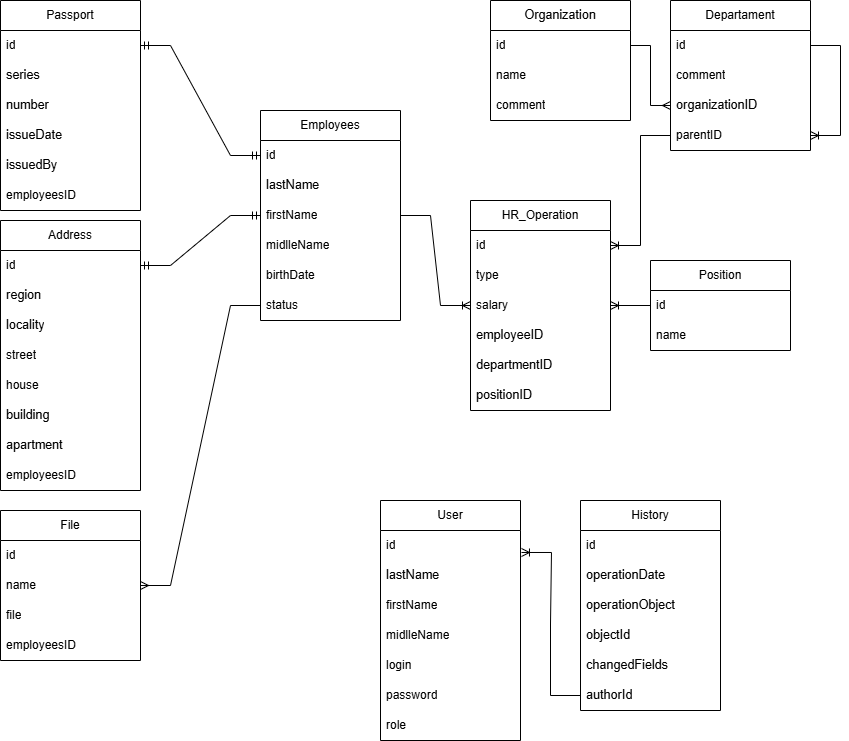
Above: docs/Ареал Проект.png in Sa1Ko-inv/areal-hr_ext-test (draw.io), before the change. Source tidied: cells renumbered, new cells last; positions are measured from the earlier drawing's top-left corner, leaving out a move shared by most shapes.
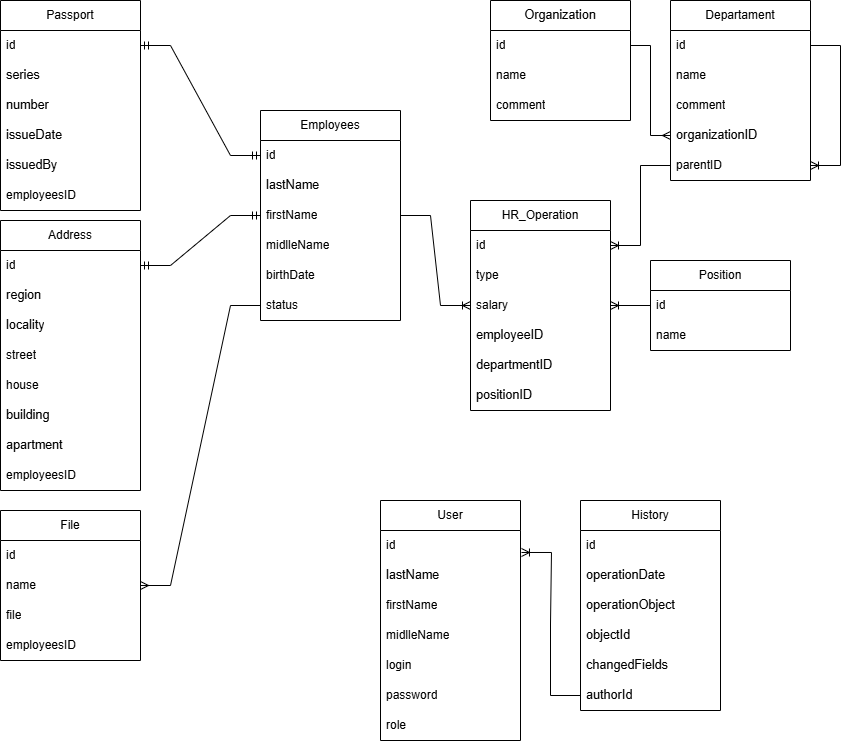
Above is the later version.

Commit message:
chore(schema database): fixed a typo in the database schema

Diff of the diagram source:
```diff
@@ -36,19 +36,22 @@
       <mxGeometry y="90" width="140" height="30" as="geometry" />
     </mxCell>
     <mxCell id="13" value="Departament" style="swimlane;fontStyle=0;horizontal=1;startSize=30;whiteSpace=wrap;html=1;" parent="1" vertex="1">
-      <mxGeometry x="670" width="140" height="150" as="geometry" />
+      <mxGeometry x="670" width="140" height="180" as="geometry" />
     </mxCell>
     <mxCell id="14" value="id" style="text;strokeColor=none;fillColor=none;align=left;verticalAlign=middle;spacingLeft=4;spacingRight=4;overflow=hidden;points=[[0,0.5],[1,0.5]];portConstraint=eastwest;whiteSpace=wrap;html=1;" parent="13" vertex="1">
       <mxGeometry y="30" width="140" height="30" as="geometry" />
     </mxCell>
+    <mxCell id="73" value="name" style="text;strokeColor=none;fillColor=none;align=left;verticalAlign=middle;spacingLeft=4;spacingRight=4;overflow=hidden;whiteSpace=wrap;html=1;" parent="13" vertex="1">
+      <mxGeometry y="60" width="140" height="30" as="geometry" />
+    </mxCell>
     <mxCell id="15" value="comment" style="text;strokeColor=none;fillColor=none;align=left;verticalAlign=middle;spacingLeft=4;spacingRight=4;overflow=hidden;whiteSpace=wrap;html=1;" parent="13" vertex="1">
-      <mxGeometry y="60" width="140" height="30" as="geometry" />
+      <mxGeometry y="90" width="140" height="30" as="geometry" />
     </mxCell>
     <mxCell id="16" value="&lt;pre style=&quot;font-family: var(--ds-font-family-code); overflow: auto; padding: calc(var(--ds-md-zoom)*8px)calc(var(--ds-md-zoom)*12px); text-wrap-mode: wrap; word-break: break-all; font-size: 12.573px; margin-top: 0px !important; margin-bottom: 0px !important;&quot;&gt;&lt;font style=&quot;color: rgb(0, 0, 0);&quot;&gt;organizationID&lt;/font&gt;&lt;/pre&gt;" style="text;strokeColor=none;fillColor=none;align=left;verticalAlign=middle;spacingLeft=4;spacingRight=4;overflow=hidden;points=[[0,0.5],[1,0.5]];portConstraint=eastwest;whiteSpace=wrap;html=1;" parent="13" vertex="1">
-      <mxGeometry y="90" width="140" height="30" as="geometry" />
+      <mxGeometry y="120" width="140" height="30" as="geometry" />
     </mxCell>
     <mxCell id="17" value="parentID" style="text;strokeColor=none;fillColor=none;align=left;verticalAlign=middle;spacingLeft=4;spacingRight=4;overflow=hidden;points=[[0,0.5],[1,0.5]];portConstraint=eastwest;whiteSpace=wrap;html=1;" parent="13" vertex="1">
-      <mxGeometry y="120" width="140" height="30" as="geometry" />
+      <mxGeometry y="150" width="140" height="30" as="geometry" />
     </mxCell>
     <mxCell id="18" style="edgeStyle=entityRelationEdgeStyle;fontSize=12;html=1;endArrow=ERoneToMany;rounded=0;entryX=1;entryY=0.5;entryDx=0;entryDy=0;" parent="13" edge="1" source="14" target="17">
       <mxGeometry relative="1" as="geometry" />
```
